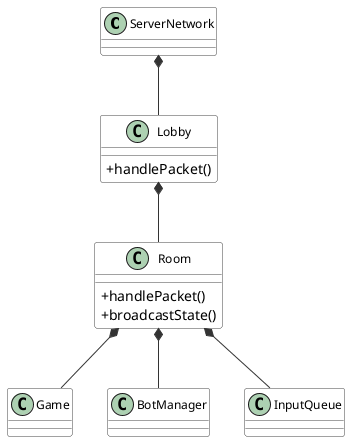
thomasctn/Projet_PacMan_En_Reseau keeps this PlantUML diagram as Rapport/UML/PacMan_UML_Server_mini_2 zoomRoom.png. Above is the earlier version.
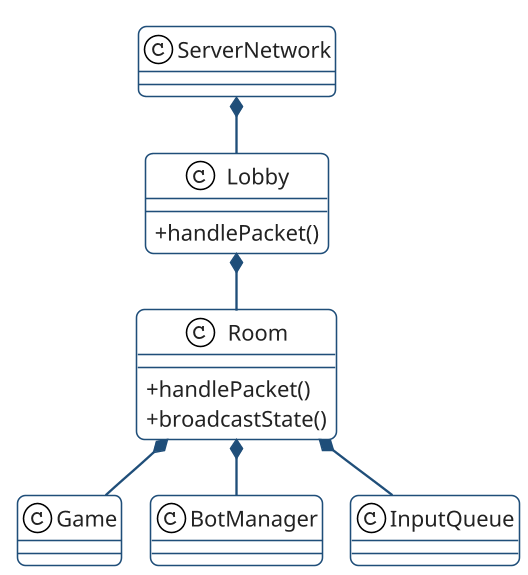
After the change.

Commit message:
ajout theme

What changed in the source:
```diff
@@ -8,6 +8,8 @@
 skinparam ClassFontName Arial
 skinparam ClassBackgroundColor #fdfdfd
 skinparam ClassBorderColor #444444
+
+!include theme.puml
 
 
 class ServerNetwork {
```
